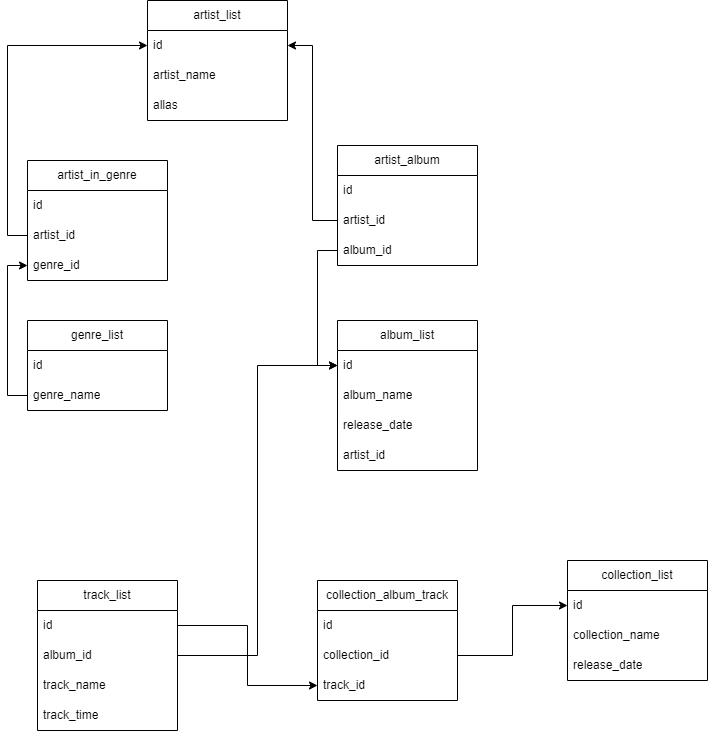
The draw.io diagram task 2.png in Retroman95/DB_HomeWork, before a commit. Source tidied: cells renumbered, new cells last; positions are measured from the earlier drawing's top-left corner, leaving out a move shared by most shapes.
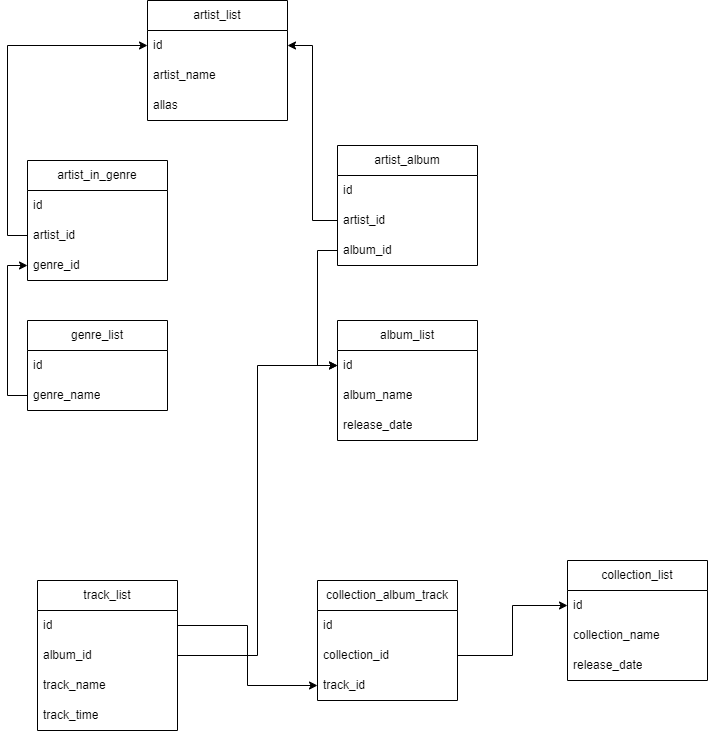
After the commit.

Change to the diagram source:
```diff
@@ -81,7 +81,7 @@
       <mxGeometry y="90" width="140" height="30" as="geometry" />
     </mxCell>
     <mxCell id="28" value="album_list" style="swimlane;fontStyle=0;horizontal=1;startSize=30;whiteSpace=wrap;html=1;" parent="1" vertex="1">
-      <mxGeometry x="310" y="320" width="140" height="150" as="geometry" />
+      <mxGeometry x="310" y="320" width="140" height="120" as="geometry" />
     </mxCell>
     <mxCell id="29" value="id" style="text;strokeColor=none;fillColor=none;align=left;verticalAlign=middle;spacingLeft=4;spacingRight=4;overflow=hidden;points=[[0,0.5],[1,0.5]];portConstraint=eastwest;whiteSpace=wrap;html=1;" parent="28" vertex="1">
       <mxGeometry y="30" width="140" height="30" as="geometry" />
@@ -92,9 +92,6 @@
     <mxCell id="31" value="release_date" style="text;strokeColor=none;fillColor=none;align=left;verticalAlign=middle;spacingLeft=4;spacingRight=4;overflow=hidden;whiteSpace=wrap;html=1;" parent="28" vertex="1">
       <mxGeometry y="90" width="140" height="30" as="geometry" />
     </mxCell>
-    <mxCell id="32" value="artist_id" style="text;strokeColor=none;fillColor=none;align=left;verticalAlign=middle;spacingLeft=4;spacingRight=4;overflow=hidden;whiteSpace=wrap;html=1;" parent="28" vertex="1">
-      <mxGeometry y="120" width="140" height="30" as="geometry" />
-    </mxCell>
     <mxCell id="33" value="artist_album" style="swimlane;fontStyle=0;horizontal=1;startSize=30;whiteSpace=wrap;html=1;" parent="1" vertex="1">
       <mxGeometry x="310" y="145" width="140" height="120" as="geometry" />
     </mxCell>
```
